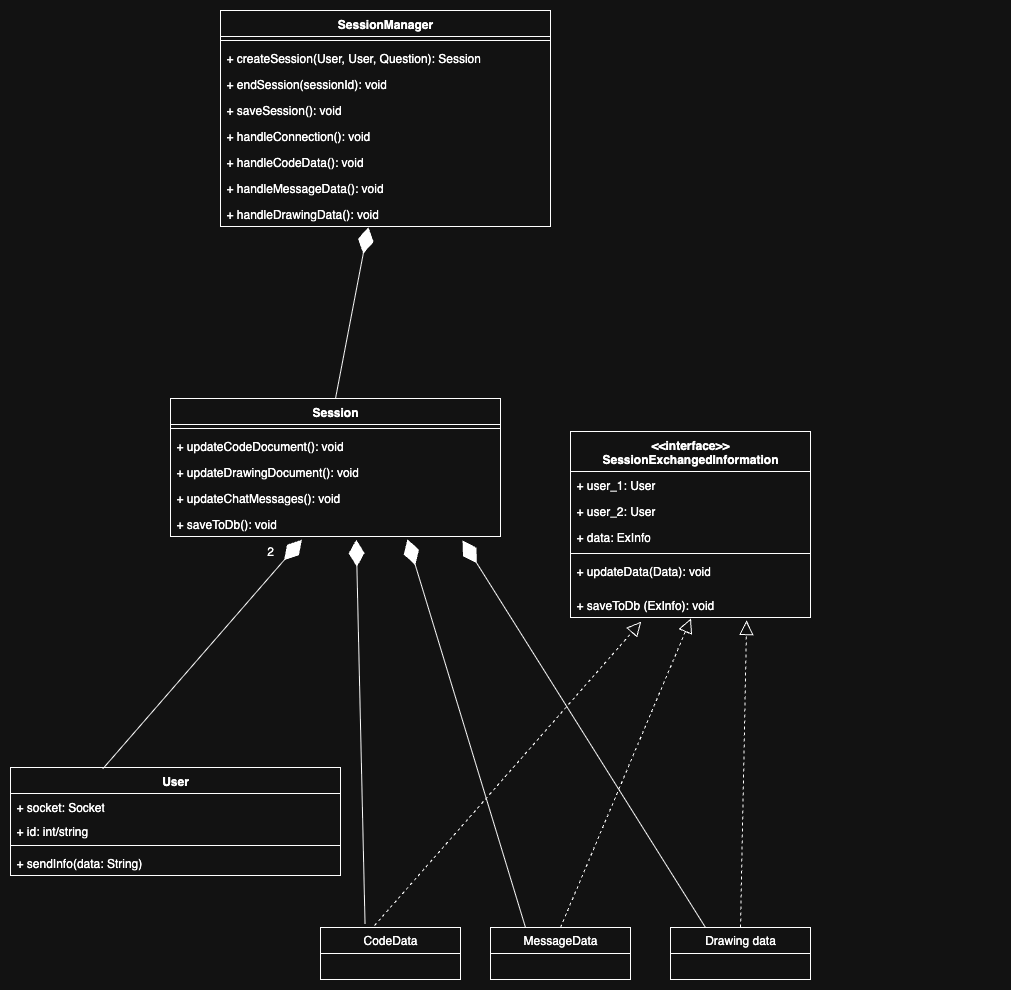
Before: backend/services/collaboration_service/docs/diagrams/sess_class_diagram_v0.1.png, a diagram exported from draw.io (CS3219-AY2526Sem1/cs3219-ay2526s1-project-g04). Source tidied: cells renumbered, new cells last; positions are measured from the earlier drawing's top-left corner, leaving out a move shared by most shapes.
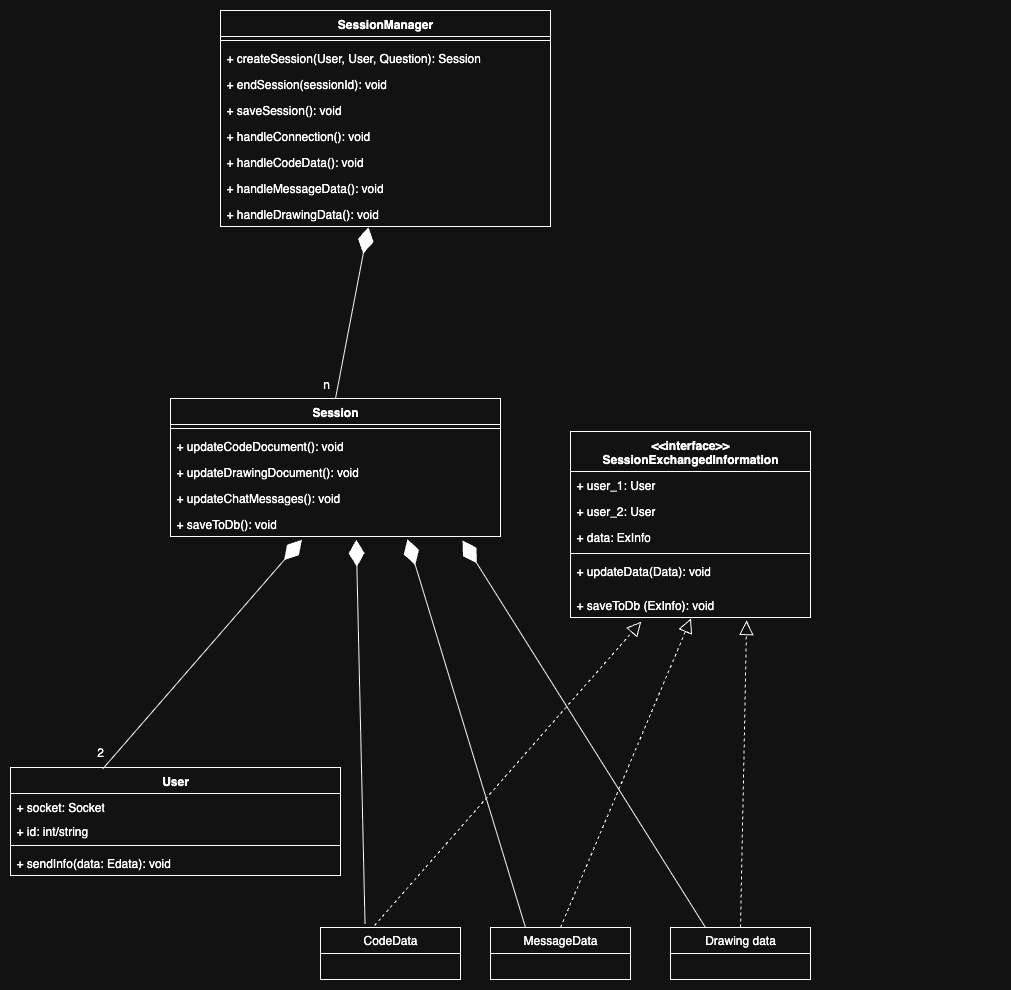
After the commit.

Commit message:
Update UML diagram

What changed in the source:
```diff
@@ -71,7 +71,7 @@
     <mxCell id="24" style="line;strokeWidth=1;fillColor=none;align=left;verticalAlign=middle;spacingTop=-1;spacingLeft=3;spacingRight=3;labelPosition=right;strokeColor=inherit;" parent="21" vertex="1">
       <mxGeometry y="74" width="330" height="8" as="geometry" />
     </mxCell>
-    <mxCell id="25" value="+ sendInfo(data: String)" style="text;strokeColor=none;fillColor=none;align=left;verticalAlign=top;spacingLeft=4;spacingRight=4;overflow=hidden;whiteSpace=wrap;html=1;" parent="21" vertex="1">
+    <mxCell id="25" value="+ sendInfo(data: Edata): void" style="text;strokeColor=none;fillColor=none;align=left;verticalAlign=top;spacingLeft=4;spacingRight=4;overflow=hidden;whiteSpace=wrap;html=1;" parent="21" vertex="1">
       <mxGeometry y="82" width="330" height="26" as="geometry" />
     </mxCell>
     <mxCell id="26" style="endArrow=diamondThin;endFill=1;endSize=24;html=1;rounded=0;entryX=0.448;entryY=1.024;entryDx=0;entryDy=0;entryPerimeter=0;exitX=0.5;exitY=0;exitDx=0;exitDy=0;" parent="5" edge="1" source="6" target="20">
@@ -81,8 +81,11 @@
       <mxGeometry relative="1" as="geometry" />
     </mxCell>
     <mxCell id="28" value="2" style="text;html=1;align=center;verticalAlign=middle;whiteSpace=wrap;rounded=0;" parent="5" vertex="1">
-      <mxGeometry x="150" y="526" width="60" height="30" as="geometry" />
+      <mxGeometry x="-20" y="727" width="60" height="30" as="geometry" />
     </mxCell>
+    <mxCell id="43" value="n" style="text;html=1;align=center;verticalAlign=middle;whiteSpace=wrap;rounded=0;" parent="5" vertex="1">
+      <mxGeometry x="206" y="359" width="60" height="30" as="geometry" />
+    </mxCell>
     <mxCell id="29" style="endArrow=diamondThin;endFill=1;endSize=24;html=1;rounded=0;entryX=0.563;entryY=1.125;entryDx=0;entryDy=0;entryPerimeter=0;exitX=0.318;exitY=-0.077;exitDx=0;exitDy=0;exitPerimeter=0;" parent="1" edge="1" source="31" target="11">
       <mxGeometry relative="1" as="geometry" />
     </mxCell>
```
